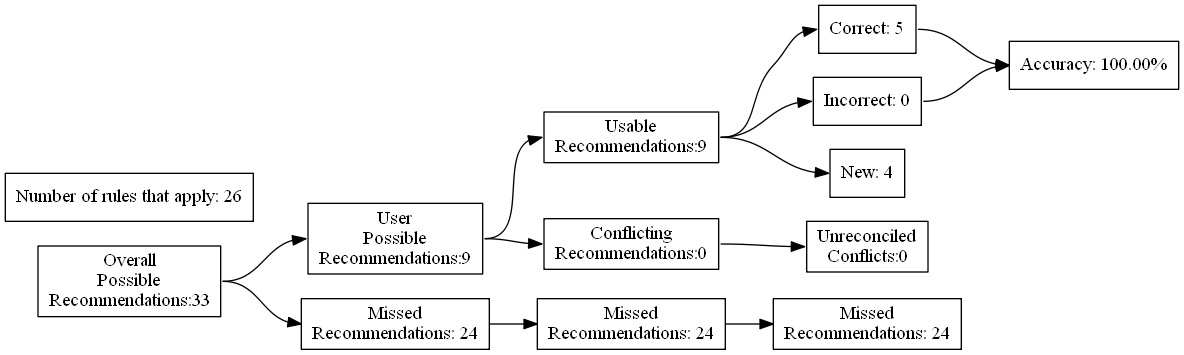
Before: test_renders/6.gv.png, a diagram exported from Graphviz (ZaxR/ibd_diet_analysis). Its source is kept beside it as test_renders/6.gv.
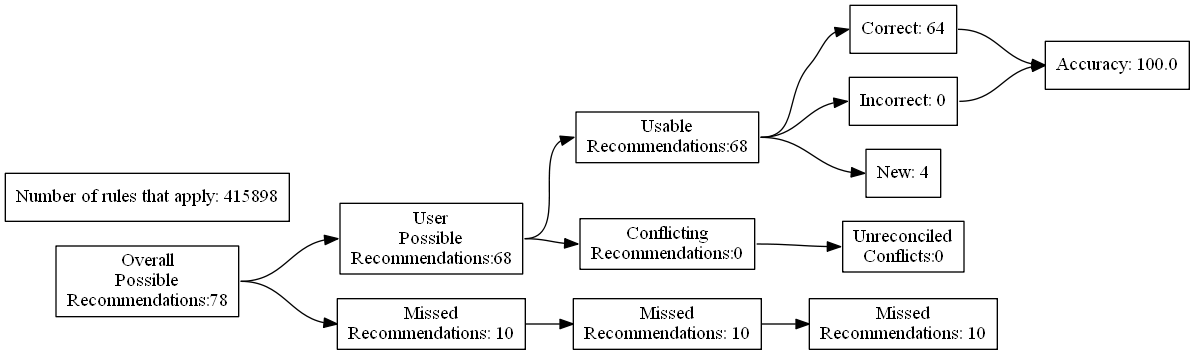
After the commit.

The edit, as a diff of the source:
```diff
@@ -4,27 +4,27 @@
 	edge [headport=w tailport=e]
 		A [label="Overall
 Possible
-Recommendations:33"]
+Recommendations:78"]
 		B [label="User
 Possible
-Recommendations:9"]
+Recommendations:68"]
 		C [label="Missed
-Recommendations: 24"]
+Recommendations: 10"]
 		D [label="Usable
-Recommendations:9"]
+Recommendations:68"]
 		E [label="Conflicting
 Recommendations:0"]
 		J [label="Missed
-Recommendations: 24"]
+Recommendations: 10"]
 		M [label="Unreconciled
 Conflicts:0"]
-		F [label="Correct: 5"]
+		F [label="Correct: 64"]
 		G [label="Incorrect: 0"]
 		H [label="New: 4"]
 		K [label="Missed
-Recommendations: 24"]
-		I [label="Accuracy: 100.00%"]
-		l [label="Number of rules that apply: 26"]
+Recommendations: 10"]
+		I [label="Accuracy: 100.0"]
+		l [label="Number of rules that apply: 415898"]
 			A -> B
 			A -> C
 			B -> D
```
